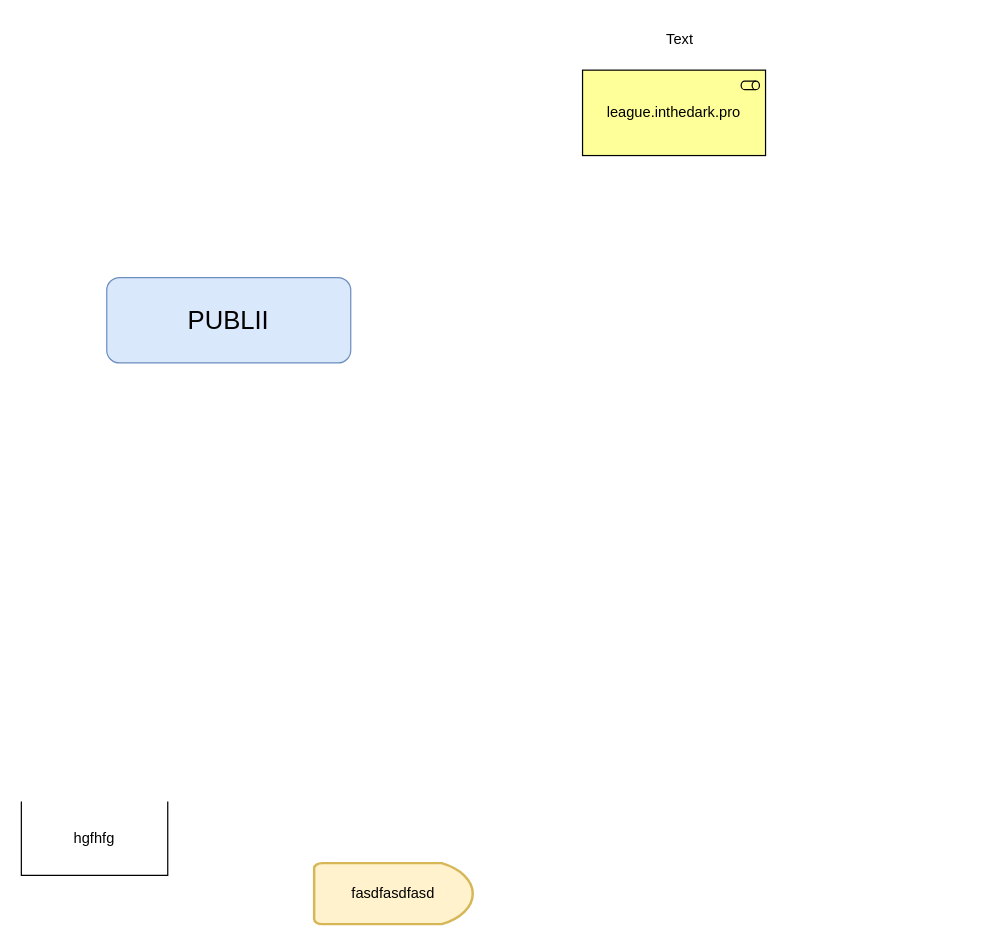
johnnyitd/vb keeps this draw.io diagram as Диаграмма без названия.drawio. Above is the earlier version. Source tidied: cells renumbered, new cells numbered last; positions are measured from the earlier drawing's top-left corner, leaving out a move shared by most shapes. Both pictures are drawn from the tidied source at 122%, with x=0, y=0 at pixel (21, 21). Pictures stored in the file or linked from it are replaced by grey dashed boxes.
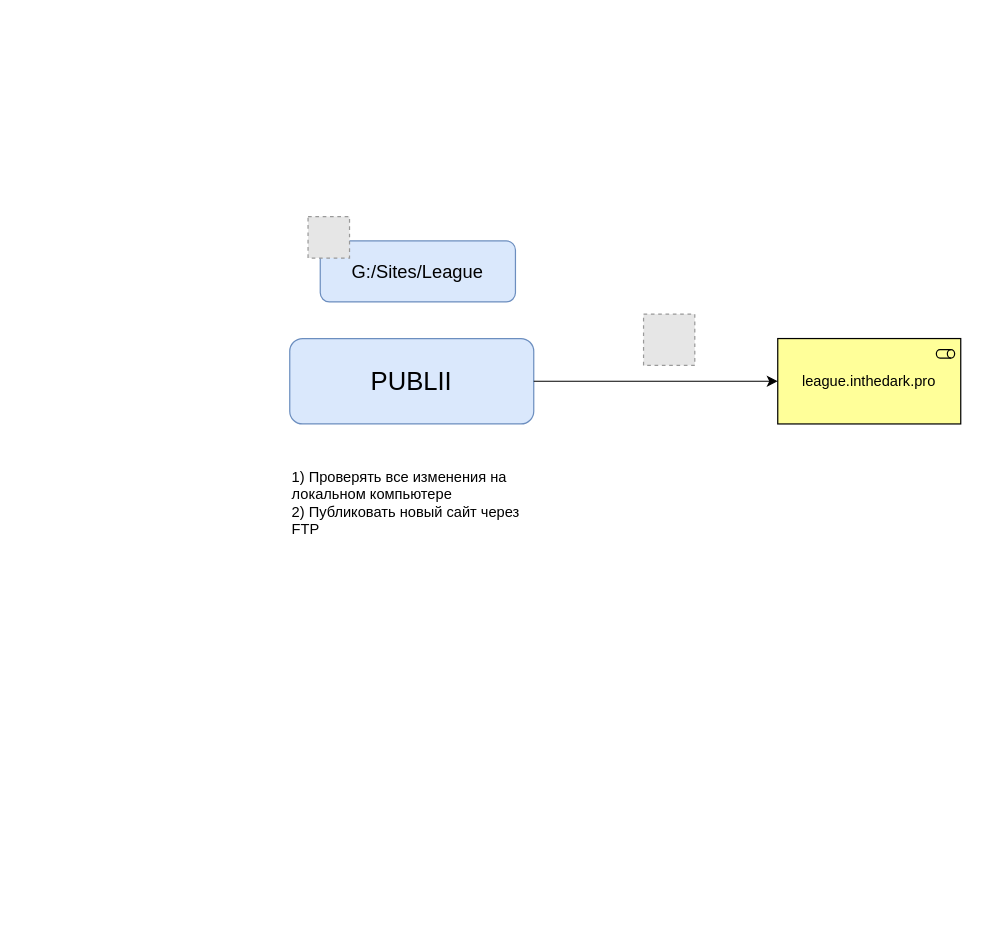
Above is the later version.

The edit, as a diff of the source:
```diff
@@
 <mxGraphModel>
   <root>
     <mxCell id="0" />
     <mxCell id="1" parent="0" />
     <mxCell id="2" value="PUBLII" style="rounded=1;whiteSpace=wrap;html=1;fillColor=#dae8fc;strokeColor=#6c8ebf;fontSize=21;" parent="1" vertex="1">
-      <mxGeometry x="70" y="210" width="200" height="70" as="geometry" />
+      <mxGeometry x="220" y="260" width="200" height="70" as="geometry" />
     </mxCell>
-    <mxCell id="3" value="hgfhfg" style="shape=partialRectangle;whiteSpace=wrap;html=1;bottom=1;right=1;left=1;top=0;fillColor=none;routingCenterX=-0.5;" parent="1" vertex="1">
-      <mxGeometry y="640" width="120" height="60" as="geometry" />
-    </mxCell>
-    <mxCell id="4" value="fasdfasdfasd" style="strokeWidth=2;html=1;shape=mxgraph.flowchart.delay;whiteSpace=wrap;fillColor=#fff2cc;strokeColor=#d6b656;" parent="1" vertex="1">
-      <mxGeometry x="240" y="690" width="130" height="50" as="geometry" />
-    </mxCell>
     <mxCell id="5" value="league.inthedark.pro" style="html=1;outlineConnect=0;whiteSpace=wrap;fillColor=#ffff99;shape=mxgraph.archimate.application;appType=role;" parent="1" vertex="1">
-      <mxGeometry x="460" y="40" width="150" height="70" as="geometry" />
+      <mxGeometry x="620" y="260" width="150" height="70" as="geometry" />
     </mxCell>
-    <mxCell id="6" value="Text" style="text;strokeColor=none;align=center;fillColor=none;html=1;verticalAlign=middle;whiteSpace=wrap;rounded=0;" parent="1" vertex="1">
-      <mxGeometry x="510" width="60" height="30" as="geometry" />
-    </mxCell>
+    <mxCell id="7" style="fillColor=#E6E6E6;strokeColor=#999999;dashed=1;verticalLabelPosition=bottom;labelBackgroundColor=default;verticalAlign=top;" parent="1" vertex="1">
+      <mxGeometry x="510" y="240" width="42" height="42" as="geometry" />
+    </mxCell>
+    <mxCell id="8" style="edgeStyle=orthogonalEdgeStyle;rounded=0;jettySize=auto;html=1;entryX=0;entryY=0.5;entryDx=0;entryDy=0;entryPerimeter=0;spacing=10;" parent="1" edge="1" source="2" target="5">
+      <mxGeometry relative="1" as="geometry" />
+    </mxCell>
+    <mxCell id="9" value="G:/Sites/League" style="rounded=1;whiteSpace=wrap;html=1;fillColor=#dae8fc;strokeColor=#6c8ebf;fontSize=15;" parent="1" vertex="1">
+      <mxGeometry x="245" y="180" width="160" height="50" as="geometry" />
+    </mxCell>
+    <mxCell id="10" style="fillColor=#E6E6E6;strokeColor=#999999;dashed=1;verticalLabelPosition=bottom;labelBackgroundColor=default;verticalAlign=top;" parent="1" vertex="1">
+      <mxGeometry x="235" y="160" width="34" height="34" as="geometry" />
+    </mxCell>
+    <mxCell id="11" value="&lt;div&gt;1) Проверять все изменения на локальном компьютере&lt;/div&gt;&lt;div&gt;2) Публиковать новый сайт через FTP&lt;br&gt;&lt;/div&gt;" style="text;strokeColor=none;align=left;fillColor=none;html=1;verticalAlign=top;whiteSpace=wrap;rounded=0;" parent="1" vertex="1">
+      <mxGeometry x="220" y="360" width="200" height="160" as="geometry" />
+    </mxCell>
   </root>
 </mxGraphModel>
```
